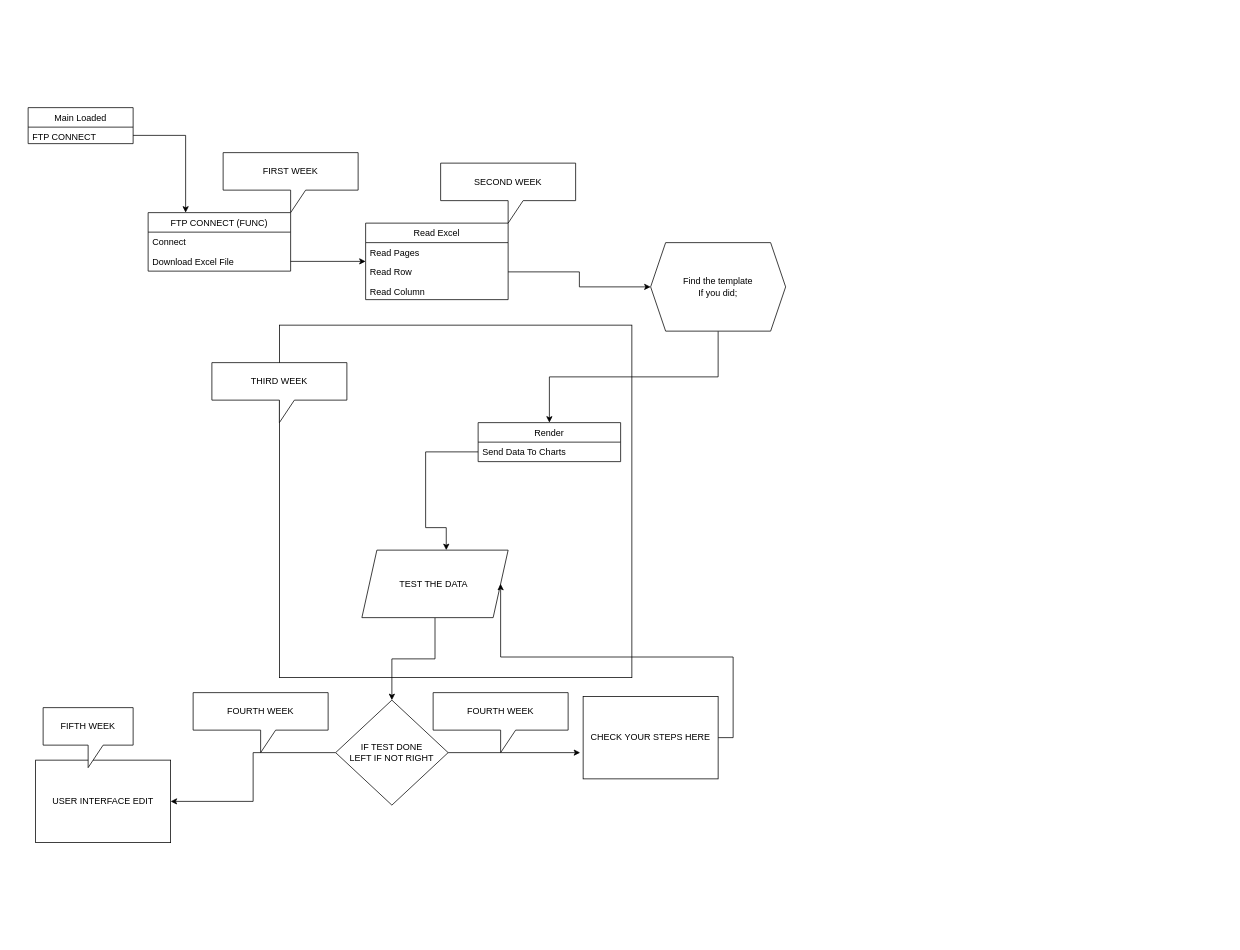
This is NCO_PLANNING/NCO_PLANNIG.drawio from diyappazar/dpa-lte-3g-data-graphication-app, a draw.io file, before an edit. Source tidied: cells renumbered, new cells numbered last; positions are measured from the earlier drawing's top-left corner, leaving out a move shared by most shapes. Both pictures are drawn from the tidied source at 75%, with x=0, y=0 at pixel (28, 107).
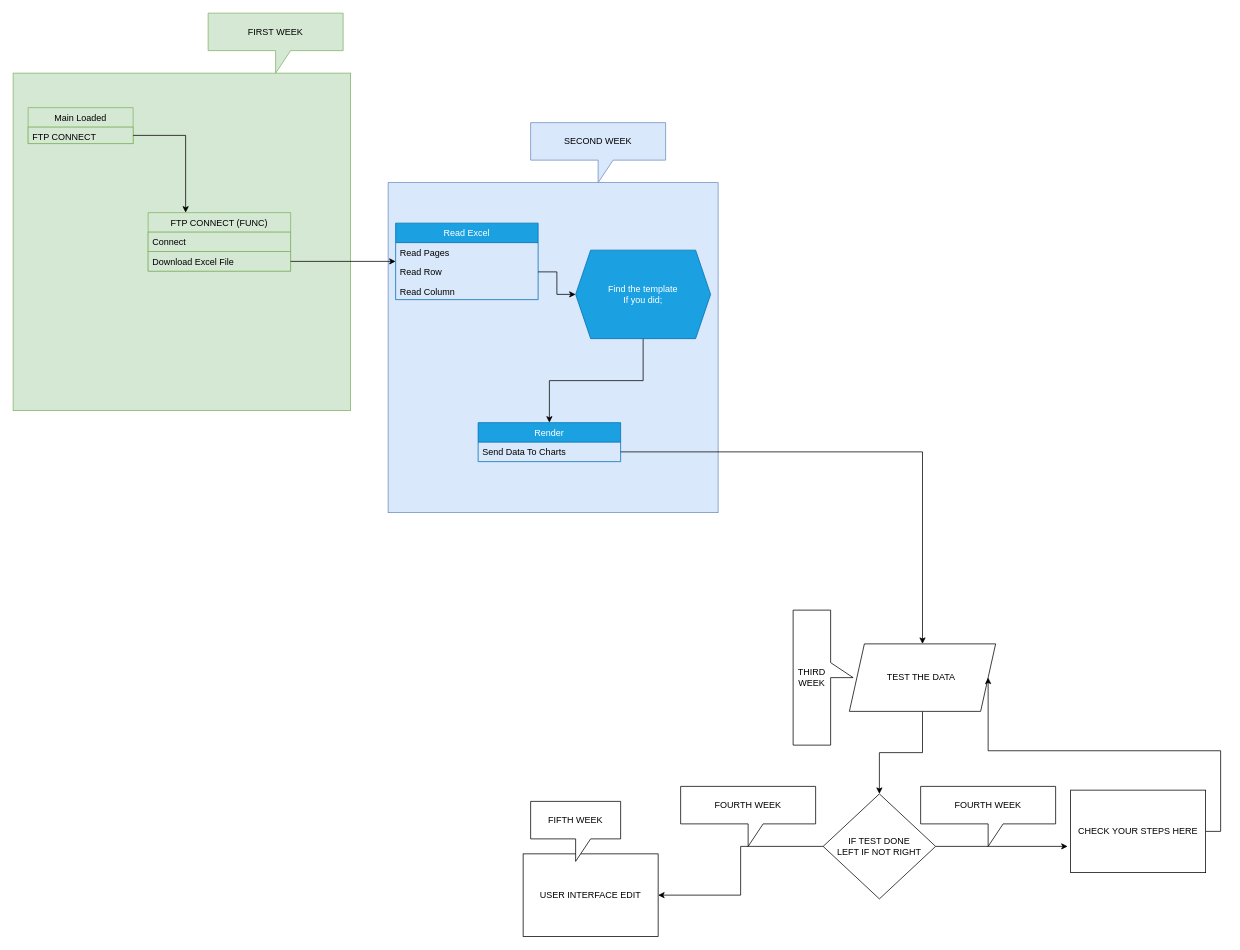
The same page after the edit.

Change to the diagram source:
```diff
@@
-    <mxCell id="2" style="whiteSpace=wrap;html=1;" parent="1" vertex="1">
-      <mxGeometry x="335" y="290" width="470" height="470" as="geometry" />
-    </mxCell>
+    <mxCell id="34" style="whiteSpace=wrap;html=1;fillColor=#d5e8d4;strokeColor=#82b366;" parent="1" vertex="1">
+      <mxGeometry x="-20" y="-46" width="450" height="450" as="geometry" />
+    </mxCell>
+    <mxCell id="35" style="whiteSpace=wrap;html=1;fillColor=#dae8fc;strokeColor=#6c8ebf;" parent="1" vertex="1">
+      <mxGeometry x="480" y="100" width="440" height="440" as="geometry" />
+    </mxCell>
-    <mxCell id="3" value="Main Loaded" style="swimlane;fontStyle=0;horizontal=1;startSize=26;fillColor=none;" parent="1" vertex="1">
+    <mxCell id="3" value="Main Loaded" style="swimlane;fontStyle=0;horizontal=1;startSize=26;fillColor=#d5e8d4;strokeColor=#82b366;" parent="1" vertex="1">
       <mxGeometry width="140" height="48" as="geometry" />
     </mxCell>
-    <mxCell id="4" value="FTP CONNECT" style="text;strokeColor=none;fillColor=none;align=left;verticalAlign=top;spacingLeft=4;spacingRight=4;overflow=hidden;points=[[0,0.5],[1,0.5]];portConstraint=eastwest;" parent="3" vertex="1">
+    <mxCell id="4" value="FTP CONNECT" style="text;align=left;verticalAlign=top;spacingLeft=4;spacingRight=4;overflow=hidden;points=[[0,0.5],[1,0.5]];portConstraint=eastwest;fillColor=#d5e8d4;strokeColor=#82b366;" parent="3" vertex="1">
       <mxGeometry y="26" width="140" height="22" as="geometry" />
     </mxCell>
-    <mxCell id="5" value="FTP CONNECT (FUNC)" style="swimlane;fontStyle=0;horizontal=1;startSize=26;fillColor=none;" parent="1" vertex="1">
+    <mxCell id="5" value="FTP CONNECT (FUNC)" style="swimlane;fontStyle=0;horizontal=1;startSize=26;fillColor=#d5e8d4;strokeColor=#82b366;" parent="1" vertex="1">
       <mxGeometry x="160" y="140" width="190" height="78" as="geometry" />
     </mxCell>
-    <mxCell id="6" value="Connect" style="text;strokeColor=none;fillColor=none;align=left;verticalAlign=top;spacingLeft=4;spacingRight=4;overflow=hidden;" parent="5" vertex="1">
+    <mxCell id="6" value="Connect" style="text;align=left;verticalAlign=top;spacingLeft=4;spacingRight=4;overflow=hidden;fillColor=#d5e8d4;strokeColor=#82b366;" parent="5" vertex="1">
       <mxGeometry y="26" width="190" height="26" as="geometry" />
     </mxCell>
-    <mxCell id="7" value="Download Excel File" style="text;strokeColor=none;fillColor=none;align=left;verticalAlign=top;spacingLeft=4;spacingRight=4;overflow=hidden;points=[[0,0.5],[1,0.5]];portConstraint=eastwest;" parent="5" vertex="1">
+    <mxCell id="7" value="Download Excel File" style="text;align=left;verticalAlign=top;spacingLeft=4;spacingRight=4;overflow=hidden;points=[[0,0.5],[1,0.5]];portConstraint=eastwest;fillColor=#d5e8d4;strokeColor=#82b366;" parent="5" vertex="1">
       <mxGeometry y="52" width="190" height="26" as="geometry" />
     </mxCell>
@@
-    <mxCell id="9" value="Read Excel" style="swimlane;fontStyle=0;horizontal=1;startSize=26;fillColor=none;" parent="1" vertex="1">
-      <mxGeometry x="450" y="154" width="190" height="102" as="geometry" />
+    <mxCell id="9" value="Read Excel" style="swimlane;fontStyle=0;horizontal=1;startSize=26;fillColor=#1ba1e2;strokeColor=#006EAF;fontColor=#ffffff;" parent="1" vertex="1">
+      <mxGeometry x="490" y="154" width="190" height="102" as="geometry" />
     </mxCell>
-    <mxCell id="10" value="Read Pages" style="text;strokeColor=none;fillColor=none;align=left;verticalAlign=top;spacingLeft=4;spacingRight=4;overflow=hidden;" parent="9" vertex="1">
+    <mxCell id="10" value="Read Pages" style="text;align=left;verticalAlign=top;spacingLeft=4;spacingRight=4;overflow=hidden;" parent="9" vertex="1">
       <mxGeometry y="26" width="190" height="26" as="geometry" />
     </mxCell>
-    <mxCell id="11" value="Read Row" style="text;strokeColor=none;fillColor=none;align=left;verticalAlign=top;spacingLeft=4;spacingRight=4;overflow=hidden;points=[[0,0.5],[1,0.5]];portConstraint=eastwest;" parent="9" vertex="1">
+    <mxCell id="11" value="Read Row" style="text;align=left;verticalAlign=top;spacingLeft=4;spacingRight=4;overflow=hidden;points=[[0,0.5],[1,0.5]];portConstraint=eastwest;" parent="9" vertex="1">
       <mxGeometry y="52" width="190" height="26" as="geometry" />
     </mxCell>
-    <mxCell id="12" value="Read Column" style="text;strokeColor=none;fillColor=none;align=left;verticalAlign=top;spacingLeft=4;spacingRight=4;overflow=hidden;" parent="9" vertex="1">
+    <mxCell id="12" value="Read Column" style="text;align=left;verticalAlign=top;spacingLeft=4;spacingRight=4;overflow=hidden;" parent="9" vertex="1">
       <mxGeometry y="78" width="190" height="24" as="geometry" />
     </mxCell>
@@
-    <mxCell id="14" value="Render" style="swimlane;fontStyle=0;horizontal=1;startSize=26;fillColor=none;" parent="1" vertex="1">
+    <mxCell id="14" value="Render" style="swimlane;fontStyle=0;horizontal=1;startSize=26;fillColor=#1ba1e2;strokeColor=#006EAF;fontColor=#ffffff;" parent="1" vertex="1">
       <mxGeometry x="600" y="420" width="190" height="52" as="geometry" />
     </mxCell>
-    <mxCell id="15" value="Send Data To Charts" style="text;strokeColor=none;fillColor=none;align=left;verticalAlign=top;spacingLeft=4;spacingRight=4;overflow=hidden;points=[[0,0.5],[1,0.5]];portConstraint=eastwest;" parent="14" vertex="1">
+    <mxCell id="15" value="Send Data To Charts" style="text;align=left;verticalAlign=top;spacingLeft=4;spacingRight=4;overflow=hidden;points=[[0,0.5],[1,0.5]];portConstraint=eastwest;" parent="14" vertex="1">
       <mxGeometry y="26" width="190" height="26" as="geometry" />
     </mxCell>
@@
-    <mxCell id="18" value="Find the template&lt;br&gt;If you did;" style="shape=hexagon;perimeter=hexagonPerimeter2;whiteSpace=wrap;html=1;fixedSize=1;" parent="1" vertex="1">
-      <mxGeometry x="830" y="180" width="180" height="118" as="geometry" />
+    <mxCell id="18" value="Find the template&lt;br&gt;If you did;" style="shape=hexagon;perimeter=hexagonPerimeter2;whiteSpace=wrap;html=1;fixedSize=1;fillColor=#1ba1e2;strokeColor=#006EAF;fontColor=#ffffff;" parent="1" vertex="1">
+      <mxGeometry x="730" y="190" width="180" height="118" as="geometry" />
     </mxCell>
@@
     <mxCell id="20" value="TEST THE DATA&amp;nbsp;" style="shape=parallelogram;perimeter=parallelogramPerimeter;whiteSpace=wrap;html=1;fixedSize=1;" parent="1" vertex="1">
-      <mxGeometry x="445" y="590" width="195" height="90" as="geometry" />
+      <mxGeometry x="1095" y="715" width="195" height="90" as="geometry" />
     </mxCell>
-    <mxCell id="21" style="edgeStyle=orthogonalEdgeStyle;rounded=0;jettySize=auto;html=1;entryX=0.577;entryY=0;entryDx=0;entryDy=0;entryPerimeter=0;" parent="1" edge="1" source="15" target="20">
-      <mxGeometry relative="1" as="geometry">
-        <Array as="points">
-          <mxPoint x="530" y="459" />
-          <mxPoint x="530" y="560" />
-        </Array>
-      </mxGeometry>
-    </mxCell>
     <mxCell id="22" value="USER INTERFACE EDIT" style="rounded=0;whiteSpace=wrap;html=1;" parent="1" vertex="1">
-      <mxGeometry x="10" y="870" width="180" height="110" as="geometry" />
+      <mxGeometry x="660" y="995" width="180" height="110" as="geometry" />
     </mxCell>
@@
     <mxCell id="25" value="IF TEST DONE&lt;br&gt;LEFT IF NOT RIGHT" style="rhombus;whiteSpace=wrap;html=1;" parent="1" vertex="1">
-      <mxGeometry x="410" y="790" width="150" height="140" as="geometry" />
+      <mxGeometry x="1060" y="915" width="150" height="140" as="geometry" />
     </mxCell>
@@
     <mxCell id="27" value="CHECK YOUR STEPS HERE" style="rounded=0;whiteSpace=wrap;html=1;" parent="1" vertex="1">
-      <mxGeometry x="740" y="785" width="180" height="110" as="geometry" />
+      <mxGeometry x="1390" y="910" width="180" height="110" as="geometry" />
     </mxCell>
-    <mxCell id="28" value="FIRST WEEK" style="shape=callout;whiteSpace=wrap;html=1;perimeter=calloutPerimeter;" parent="1" vertex="1">
-      <mxGeometry x="260" y="60" width="180" height="80" as="geometry" />
+    <mxCell id="28" value="FIRST WEEK" style="shape=callout;whiteSpace=wrap;html=1;perimeter=calloutPerimeter;fillColor=#d5e8d4;strokeColor=#82b366;" parent="1" vertex="1">
+      <mxGeometry x="240" y="-126" width="180" height="80" as="geometry" />
     </mxCell>
-    <mxCell id="29" value="SECOND WEEK" style="shape=callout;whiteSpace=wrap;html=1;perimeter=calloutPerimeter;" parent="1" vertex="1">
-      <mxGeometry x="550" y="74" width="180" height="80" as="geometry" />
+    <mxCell id="29" value="SECOND WEEK" style="shape=callout;whiteSpace=wrap;html=1;perimeter=calloutPerimeter;fillColor=#dae8fc;strokeColor=#6c8ebf;" parent="1" vertex="1">
+      <mxGeometry x="670" y="20" width="180" height="80" as="geometry" />
     </mxCell>
-    <mxCell id="30" value="THIRD WEEK" style="shape=callout;whiteSpace=wrap;html=1;perimeter=calloutPerimeter;" parent="1" vertex="1">
-      <mxGeometry x="245" y="340" width="180" height="80" as="geometry" />
+    <mxCell id="30" value="THIRD WEEK" style="shape=callout;whiteSpace=wrap;html=1;perimeter=calloutPerimeter;direction=north;" parent="1" vertex="1">
+      <mxGeometry x="1020" y="670" width="80" height="180" as="geometry" />
     </mxCell>
     <mxCell id="31" value="FOURTH WEEK" style="shape=callout;whiteSpace=wrap;html=1;perimeter=calloutPerimeter;" parent="1" vertex="1">
-      <mxGeometry x="220" y="780" width="180" height="80" as="geometry" />
+      <mxGeometry x="870" y="905" width="180" height="80" as="geometry" />
     </mxCell>
     <mxCell id="32" value="FOURTH WEEK" style="shape=callout;whiteSpace=wrap;html=1;perimeter=calloutPerimeter;" parent="1" vertex="1">
-      <mxGeometry x="540" y="780" width="180" height="80" as="geometry" />
+      <mxGeometry x="1190" y="905" width="180" height="80" as="geometry" />
     </mxCell>
     <mxCell id="33" value="FIFTH WEEK" style="shape=callout;whiteSpace=wrap;html=1;perimeter=calloutPerimeter;" parent="1" vertex="1">
-      <mxGeometry x="20" y="800" width="120" height="80" as="geometry" />
+      <mxGeometry x="670" y="925" width="120" height="80" as="geometry" />
     </mxCell>
+    <mxCell id="21" style="edgeStyle=orthogonalEdgeStyle;rounded=0;jettySize=auto;html=1;entryX=0.5;entryY=0;entryDx=0;entryDy=0;" parent="1" edge="1" source="15" target="20">
+      <mxGeometry relative="1" as="geometry" />
+    </mxCell>
```
